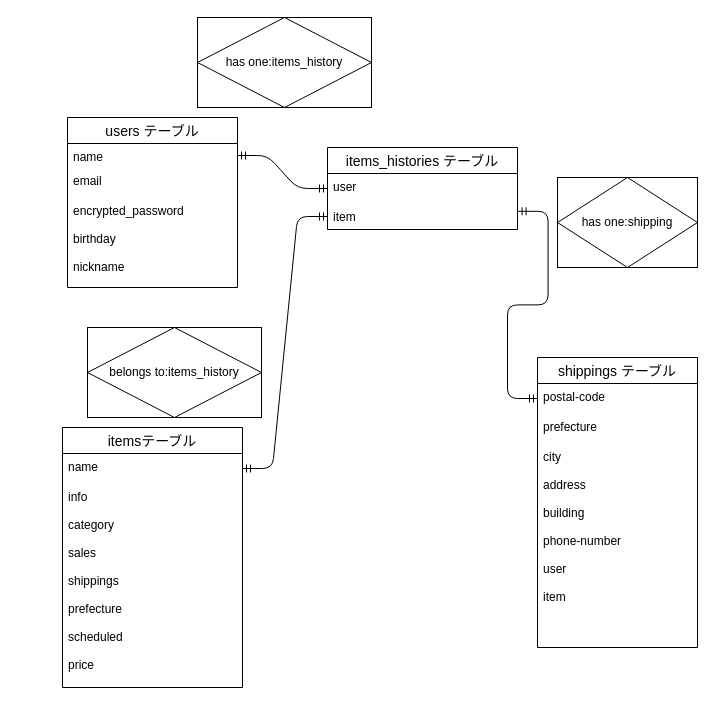
This is er.dio from hirofumishiba0301/furima-29629, a draw.io file, before an edit. Source tidied: cells renumbered, new cells numbered last; positions are measured from the earlier drawing's top-left corner, leaving out a move shared by most shapes. Both pictures are drawn from the tidied source at 100%, with x=0, y=0 at pixel (62, 17).
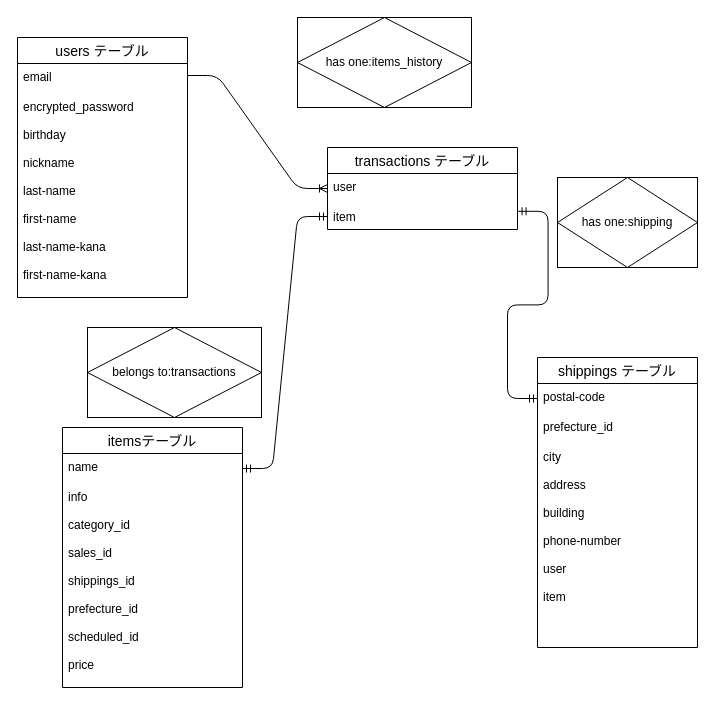
The same diagram, later.

Commit message (it also covers changes not shown here):
テーブル設計#3

The change refers to these unchanged cells:
```xml
<mxCell id="10" value="user" style="text;strokeColor=none;fillColor=none;spacingLeft=4;spacingRight=4;overflow=hidden;points=[[0,0.5],[1,0.5]];portConstraint=eastwest;fontSize=12;" parent="9" vertex="1">
  <mxGeometry y="26" width="190" height="30" as="geometry" />
</mxCell>
<mxCell id="15" value="itemsテーブル" style="swimlane;fontStyle=0;horizontal=1;startSize=26;align=center;fontSize=14;" parent="1" vertex="1">
  <mxGeometry y="410" width="180" height="260" as="geometry" />
</mxCell>
<mxCell id="18" value="shippings テーブル" style="swimlane;fontStyle=0;horizontal=1;startSize=26;align=center;fontSize=14;" parent="1" vertex="1">
  <mxGeometry x="475" y="340" width="160" height="290" as="geometry" />
</mxCell>
```

Diff of the diagram source:
```diff
@@
-    <mxCell id="3" value="users テーブル" style="swimlane;fontStyle=0;horizontal=1;startSize=26;align=center;fontSize=14;" parent="1" vertex="1">
-      <mxGeometry x="5" y="100" width="170" height="170" as="geometry" />
-    </mxCell>
-    <mxCell id="4" value="name" style="text;strokeColor=none;fillColor=none;spacingLeft=4;spacingRight=4;overflow=hidden;points=[[0,0.5],[1,0.5]];portConstraint=eastwest;fontSize=12;" parent="3" vertex="1">
-      <mxGeometry y="26" width="170" height="24" as="geometry" />
-    </mxCell>
-    <mxCell id="5" value="email" style="text;strokeColor=none;fillColor=none;spacingLeft=4;spacingRight=4;overflow=hidden;fontSize=12;" parent="3" vertex="1">
-      <mxGeometry y="50" width="170" height="30" as="geometry" />
-    </mxCell>
-    <mxCell id="6" value="encrypted_password&#10;&#10;birthday&#10;&#10;nickname" style="text;strokeColor=none;fillColor=none;spacingLeft=4;spacingRight=4;overflow=hidden;fontSize=12;" parent="3" vertex="1">
-      <mxGeometry y="80" width="170" height="90" as="geometry" />
-    </mxCell>
-    <mxCell id="7" value="belongs to:items_history" style="shape=associativeEntity;whiteSpace=wrap;html=1;align=center;" parent="1" vertex="1">
+    <mxCell id="7" value="belongs to:transactions" style="shape=associativeEntity;whiteSpace=wrap;html=1;align=center;" parent="1" vertex="1">
       <mxGeometry x="25" y="310" width="174" height="90" as="geometry" />
     </mxCell>
@@
-    <mxCell id="9" value="items_histories テーブル" style="swimlane;fontStyle=0;horizontal=1;startSize=26;align=center;fontSize=14;" parent="1" vertex="1">
+    <mxCell id="9" value="transactions テーブル" style="swimlane;fontStyle=0;horizontal=1;startSize=26;align=center;fontSize=14;" parent="1" vertex="1">
       <mxGeometry x="265" y="130" width="190" height="82" as="geometry" />
     </mxCell>
@@
-    <mxCell id="12" style="edgeStyle=entityRelationEdgeStyle;fontSize=12;html=1;endArrow=ERmandOne;startArrow=ERmandOne;entryX=0;entryY=0.5;entryDx=0;entryDy=0;exitX=1;exitY=0.5;exitDx=0;exitDy=0;" parent="1" edge="1" source="4" target="10">
-      <mxGeometry relative="1" as="geometry" />
-    </mxCell>
     <mxCell id="13" value="has one:items_history" style="shape=associativeEntity;whiteSpace=wrap;html=1;align=center;" parent="1" vertex="1">
-      <mxGeometry x="135" width="174" height="90" as="geometry" />
+      <mxGeometry x="235" width="174" height="90" as="geometry" />
     </mxCell>
@@
-    <mxCell id="17" value="info&#10;&#10;category&#10;&#10;sales&#10;&#10;shippings&#10;&#10;prefecture&#10;&#10;scheduled&#10;&#10;price" style="text;strokeColor=none;fillColor=none;spacingLeft=4;spacingRight=4;overflow=hidden;fontSize=12;" parent="15" vertex="1">
+    <mxCell id="17" value="info&#10;&#10;category_id&#10;&#10;sales_id&#10;&#10;shippings_id&#10;&#10;prefecture_id&#10;&#10;scheduled_id&#10;&#10;price" style="text;strokeColor=none;fillColor=none;spacingLeft=4;spacingRight=4;overflow=hidden;fontSize=12;" parent="15" vertex="1">
       <mxGeometry y="56" width="180" height="204" as="geometry" />
     </mxCell>
@@
-    <mxCell id="20" value="prefecture" style="text;strokeColor=none;fillColor=none;spacingLeft=4;spacingRight=4;overflow=hidden;fontSize=12;" parent="18" vertex="1">
+    <mxCell id="20" value="prefecture_id" style="text;strokeColor=none;fillColor=none;spacingLeft=4;spacingRight=4;overflow=hidden;fontSize=12;" parent="18" vertex="1">
       <mxGeometry y="56" width="160" height="30" as="geometry" />
     </mxCell>
@@
+    <mxCell id="22" style="edgeStyle=entityRelationEdgeStyle;fontSize=12;html=1;endArrow=ERoneToMany;exitX=1;exitY=0.5;exitDx=0;exitDy=0;entryX=0;entryY=0.5;entryDx=0;entryDy=0;" parent="1" edge="1" target="10">
+      <mxGeometry relative="1" as="geometry">
+        <mxPoint x="125" y="58" as="sourcePoint" />
+      </mxGeometry>
+    </mxCell>
+    <mxCell id="3" value="users テーブル" style="swimlane;fontStyle=0;horizontal=1;startSize=26;align=center;fontSize=14;" parent="1" vertex="1">
+      <mxGeometry x="-45" y="20" width="170" height="260" as="geometry" />
+    </mxCell>
+    <mxCell id="5" value="email" style="text;strokeColor=none;fillColor=none;spacingLeft=4;spacingRight=4;overflow=hidden;fontSize=12;" parent="3" vertex="1">
+      <mxGeometry y="26" width="170" height="30" as="geometry" />
+    </mxCell>
+    <mxCell id="6" value="encrypted_password&#10;&#10;birthday&#10;&#10;nickname&#10;&#10;last-name&#10;&#10;first-name&#10;&#10;last-name-kana&#10;&#10;first-name-kana" style="text;strokeColor=none;fillColor=none;spacingLeft=4;spacingRight=4;overflow=hidden;fontSize=12;" parent="3" vertex="1">
+      <mxGeometry y="56" width="170" height="204" as="geometry" />
+    </mxCell>
```
